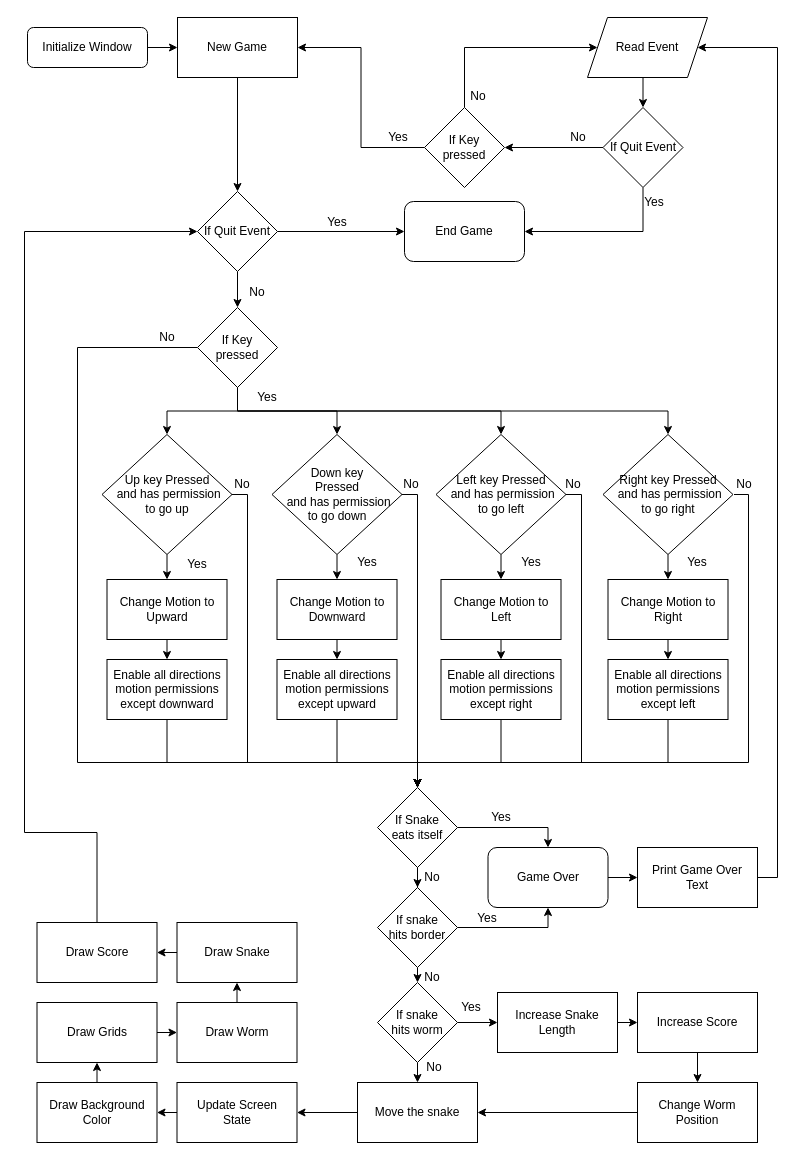
Before: flowchart.drawio in imchiranjit/Snake-Game, a draw.io diagram. Source tidied: cells renumbered, new cells numbered last; positions are measured from the earlier drawing's top-left corner, leaving out a move shared by most shapes. Both pictures are drawn from the tidied source at 100%, with x=0, y=0 at pixel (24, 17).
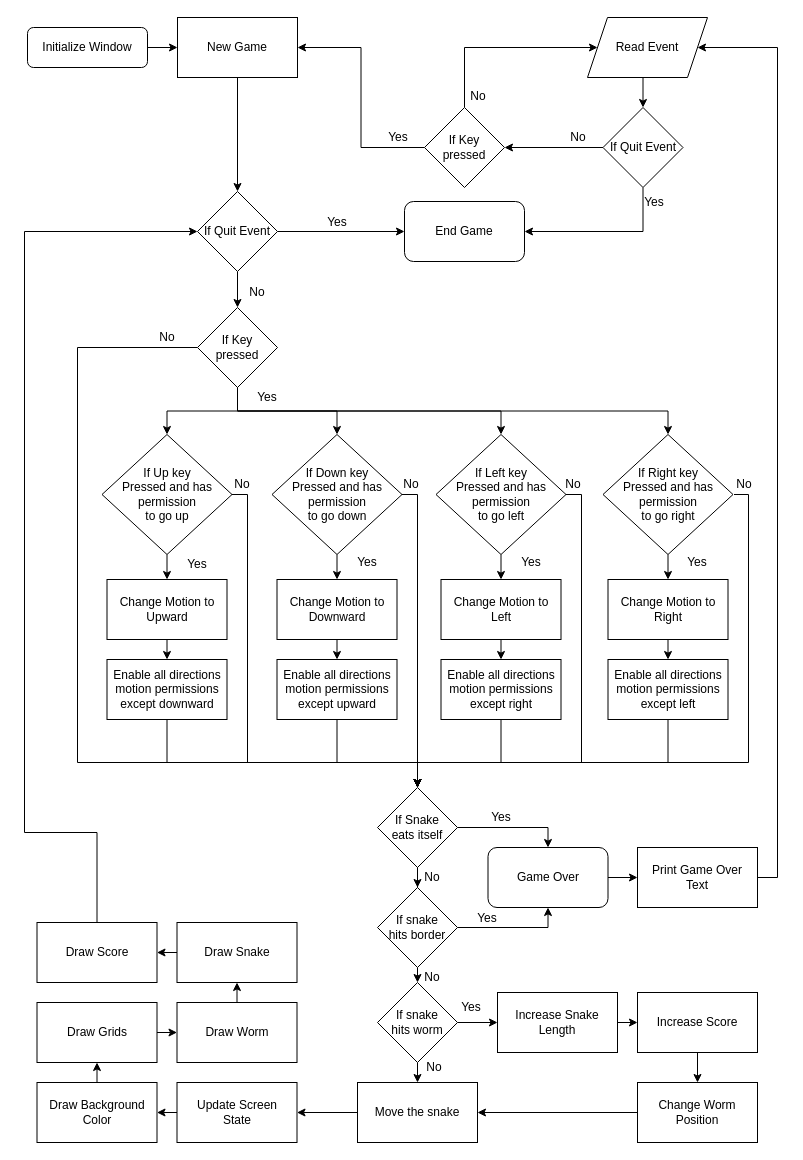
The same page after the edit.

Diff of the diagram source:
```diff
@@
-    <mxCell id="18" value="Up key Pressed&lt;br&gt;&amp;nbsp;and has permission&lt;br&gt;to go up" style="rhombus;whiteSpace=wrap;html=1;" parent="1" vertex="1">
+    <mxCell id="18" value="If Up key &lt;br&gt;Pressed&amp;nbsp;and has permission&lt;br&gt;to go up" style="rhombus;whiteSpace=wrap;html=1;" parent="1" vertex="1">
       <mxGeometry x="77.5" y="417" width="130" height="120" as="geometry" />
     </mxCell>
@@
-    <mxCell id="25" value="Down key &lt;br&gt;Pressed&lt;br&gt;&amp;nbsp;and has permission&lt;br&gt;to go down" style="rhombus;whiteSpace=wrap;html=1;" parent="1" vertex="1">
+    <mxCell id="25" value="If Down key &lt;br&gt;Pressed&amp;nbsp;and has permission&lt;br&gt;to go down" style="rhombus;whiteSpace=wrap;html=1;" parent="1" vertex="1">
       <mxGeometry x="247.5" y="417" width="130" height="120" as="geometry" />
     </mxCell>
@@
-    <mxCell id="32" value="Left key Pressed&lt;br&gt;&amp;nbsp;and has permission&lt;br&gt;to go left" style="rhombus;whiteSpace=wrap;html=1;" parent="1" vertex="1">
+    <mxCell id="32" value="If Left key&lt;br&gt;Pressed&amp;nbsp;and has permission&lt;br&gt;to go left" style="rhombus;whiteSpace=wrap;html=1;" parent="1" vertex="1">
       <mxGeometry x="411.5" y="417" width="130" height="120" as="geometry" />
     </mxCell>
@@
-    <mxCell id="39" value="Right key Pressed&lt;br&gt;&amp;nbsp;and has permission&lt;br&gt;to go right" style="rhombus;whiteSpace=wrap;html=1;" parent="1" vertex="1">
+    <mxCell id="39" value="If Right key&lt;br&gt;Pressed and has permission&lt;br&gt;to go right" style="rhombus;whiteSpace=wrap;html=1;" parent="1" vertex="1">
       <mxGeometry x="578.5" y="417" width="130" height="120" as="geometry" />
     </mxCell>
```
